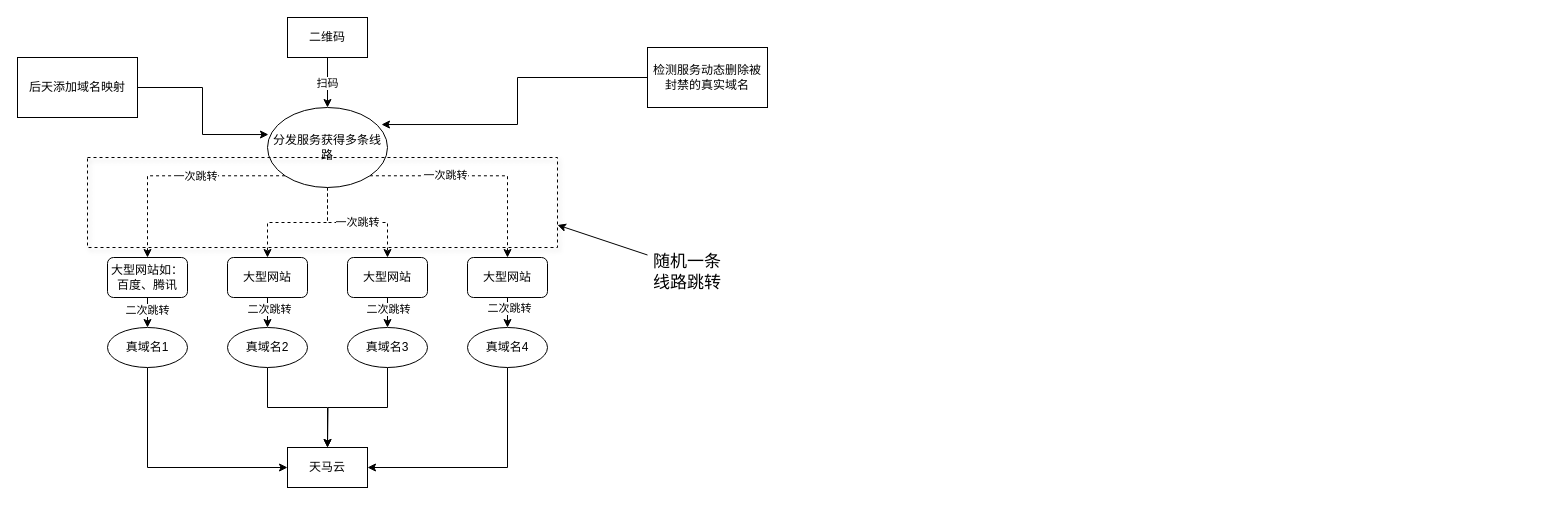
Above: design/天马.drawio in ruiku-tech/game-box (draw.io), before the change. Source tidied: cells renumbered, new cells numbered last; positions are measured from the earlier drawing's top-left corner, leaving out a move shared by most shapes. Both pictures are drawn from the tidied source at 100%, with x=0, y=0 at pixel (17, 17).
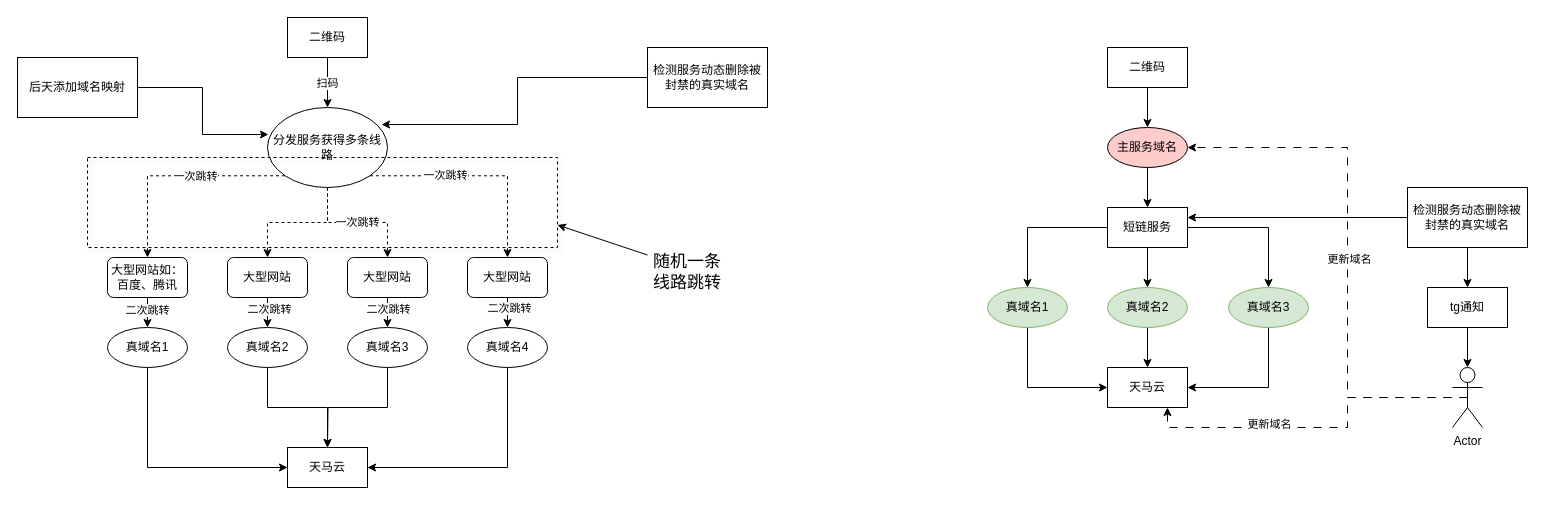
The same diagram, later.

The edit, as a diff of the source:
```diff
@@
+    <mxCell id="40" style="edgeStyle=orthogonalEdgeStyle;rounded=0;jettySize=auto;html=1;exitX=0.5;exitY=1;exitDx=0;exitDy=0;entryX=0.5;entryY=0;entryDx=0;entryDy=0;" parent="1" edge="1" source="41" target="43">
+      <mxGeometry relative="1" as="geometry" />
+    </mxCell>
+    <mxCell id="41" value="二维码" style="rounded=0;whiteSpace=wrap;html=1;" parent="1" vertex="1">
+      <mxGeometry x="1090" y="30" width="80" height="40" as="geometry" />
+    </mxCell>
+    <mxCell id="42" style="edgeStyle=orthogonalEdgeStyle;rounded=0;jettySize=auto;html=1;exitX=0.5;exitY=1;exitDx=0;exitDy=0;entryX=0.5;entryY=0;entryDx=0;entryDy=0;" parent="1" edge="1" source="43" target="54">
+      <mxGeometry relative="1" as="geometry" />
+    </mxCell>
+    <mxCell id="43" value="主服务域名" style="ellipse;whiteSpace=wrap;html=1;fillColor=#FFCCCC;" parent="1" vertex="1">
+      <mxGeometry x="1090" y="110" width="80" height="40" as="geometry" />
+    </mxCell>
+    <mxCell id="44" value="天马云" style="rounded=0;whiteSpace=wrap;html=1;" parent="1" vertex="1">
+      <mxGeometry x="1090" y="350" width="80" height="40" as="geometry" />
+    </mxCell>
+    <mxCell id="45" style="edgeStyle=orthogonalEdgeStyle;rounded=0;jettySize=auto;html=1;exitX=0.5;exitY=1;exitDx=0;exitDy=0;entryX=0;entryY=0.5;entryDx=0;entryDy=0;" parent="1" edge="1" source="46" target="44">
+      <mxGeometry relative="1" as="geometry" />
+    </mxCell>
+    <mxCell id="46" value="真域名1" style="ellipse;whiteSpace=wrap;html=1;fillColor=#d5e8d4;strokeColor=#82b366;" parent="1" vertex="1">
+      <mxGeometry x="970" y="270" width="80" height="40" as="geometry" />
+    </mxCell>
+    <mxCell id="47" style="edgeStyle=orthogonalEdgeStyle;rounded=0;jettySize=auto;html=1;exitX=0.5;exitY=1;exitDx=0;exitDy=0;entryX=0.5;entryY=0;entryDx=0;entryDy=0;" parent="1" edge="1" source="48" target="44">
+      <mxGeometry relative="1" as="geometry" />
+    </mxCell>
+    <mxCell id="48" value="真域名2" style="ellipse;whiteSpace=wrap;html=1;fillColor=#d5e8d4;strokeColor=#82b366;" parent="1" vertex="1">
+      <mxGeometry x="1090" y="270" width="80" height="40" as="geometry" />
+    </mxCell>
+    <mxCell id="49" style="edgeStyle=orthogonalEdgeStyle;rounded=0;jettySize=auto;html=1;exitX=0.5;exitY=1;exitDx=0;exitDy=0;entryX=1;entryY=0.5;entryDx=0;entryDy=0;" parent="1" edge="1" source="50" target="44">
+      <mxGeometry relative="1" as="geometry" />
+    </mxCell>
+    <mxCell id="50" value="真域名3" style="ellipse;whiteSpace=wrap;html=1;fillColor=#d5e8d4;strokeColor=#82b366;" parent="1" vertex="1">
+      <mxGeometry x="1211" y="270" width="80" height="40" as="geometry" />
+    </mxCell>
+    <mxCell id="51" style="edgeStyle=orthogonalEdgeStyle;rounded=0;jettySize=auto;html=1;exitX=0;exitY=0.5;exitDx=0;exitDy=0;entryX=0.5;entryY=0;entryDx=0;entryDy=0;" parent="1" edge="1" source="54" target="46">
+      <mxGeometry relative="1" as="geometry" />
+    </mxCell>
+    <mxCell id="52" style="edgeStyle=orthogonalEdgeStyle;rounded=0;jettySize=auto;html=1;exitX=0.5;exitY=1;exitDx=0;exitDy=0;entryX=0.5;entryY=0;entryDx=0;entryDy=0;" parent="1" edge="1" source="54" target="48">
+      <mxGeometry relative="1" as="geometry" />
+    </mxCell>
+    <mxCell id="53" style="edgeStyle=orthogonalEdgeStyle;rounded=0;jettySize=auto;html=1;exitX=1;exitY=0.5;exitDx=0;exitDy=0;entryX=0.5;entryY=0;entryDx=0;entryDy=0;" parent="1" edge="1" source="54" target="50">
+      <mxGeometry relative="1" as="geometry" />
+    </mxCell>
+    <mxCell id="54" value="短链服务" style="rounded=0;whiteSpace=wrap;html=1;" parent="1" vertex="1">
+      <mxGeometry x="1090" y="190" width="80" height="40" as="geometry" />
+    </mxCell>
+    <mxCell id="55" style="edgeStyle=orthogonalEdgeStyle;rounded=0;jettySize=auto;html=1;exitX=0;exitY=0.5;exitDx=0;exitDy=0;entryX=1;entryY=0.25;entryDx=0;entryDy=0;" parent="1" edge="1" source="57" target="54">
+      <mxGeometry relative="1" as="geometry" />
+    </mxCell>
+    <mxCell id="56" style="edgeStyle=orthogonalEdgeStyle;rounded=0;jettySize=auto;html=1;exitX=0.5;exitY=1;exitDx=0;exitDy=0;entryX=0.5;entryY=0;entryDx=0;entryDy=0;" parent="1" edge="1" source="57" target="58">
+      <mxGeometry relative="1" as="geometry" />
+    </mxCell>
+    <mxCell id="57" value="检测服务动态删除被封禁的真实域名" style="rounded=0;whiteSpace=wrap;html=1;" parent="1" vertex="1">
+      <mxGeometry x="1390" y="170" width="120" height="60" as="geometry" />
+    </mxCell>
+    <mxCell id="58" value="tg通知" style="rounded=0;whiteSpace=wrap;html=1;" parent="1" vertex="1">
+      <mxGeometry x="1410" y="270" width="80" height="40" as="geometry" />
+    </mxCell>
+    <mxCell id="59" style="edgeStyle=orthogonalEdgeStyle;rounded=0;jettySize=auto;html=1;exitX=0.5;exitY=0.5;exitDx=0;exitDy=0;exitPerimeter=0;entryX=0.75;entryY=1;entryDx=0;entryDy=0;dashed=1;dashPattern=8 8;" parent="1" edge="1" source="63" target="44">
+      <mxGeometry relative="1" as="geometry">
+        <Array as="points">
+          <mxPoint x="1330" y="380" />
+          <mxPoint x="1330" y="410" />
+          <mxPoint x="1150" y="410" />
+        </Array>
+      </mxGeometry>
+    </mxCell>
+    <mxCell id="60" value="更新域名" style="edgeLabel;html=1;align=center;verticalAlign=middle;" parent="59" vertex="1">
+      <mxGeometry x="0.31" y="-4" relative="1" as="geometry" />
+    </mxCell>
+    <mxCell id="61" style="edgeStyle=orthogonalEdgeStyle;rounded=0;jettySize=auto;html=1;exitX=0.5;exitY=0.5;exitDx=0;exitDy=0;exitPerimeter=0;entryX=1;entryY=0.5;entryDx=0;entryDy=0;dashed=1;dashPattern=8 8;" parent="1" edge="1" source="63" target="43">
+      <mxGeometry relative="1" as="geometry">
+        <Array as="points">
+          <mxPoint x="1330" y="380" />
+          <mxPoint x="1330" y="130" />
+        </Array>
+      </mxGeometry>
+    </mxCell>
+    <mxCell id="62" value="更新域名" style="edgeLabel;html=1;align=center;verticalAlign=middle;" parent="61" vertex="1">
+      <mxGeometry x="-0.02" relative="1" as="geometry">
+        <mxPoint x="1" y="1" as="offset" />
+      </mxGeometry>
+    </mxCell>
+    <mxCell id="63" value="Actor" style="shape=umlActor;verticalLabelPosition=bottom;verticalAlign=top;html=1;outlineConnect=0;" parent="1" vertex="1">
+      <mxGeometry x="1435" y="350" width="30" height="60" as="geometry" />
+    </mxCell>
+    <mxCell id="64" style="edgeStyle=orthogonalEdgeStyle;rounded=0;jettySize=auto;html=1;exitX=0.5;exitY=1;exitDx=0;exitDy=0;entryX=0.5;entryY=0;entryDx=0;entryDy=0;entryPerimeter=0;" parent="1" edge="1" source="58" target="63">
+      <mxGeometry relative="1" as="geometry" />
+    </mxCell>
```
